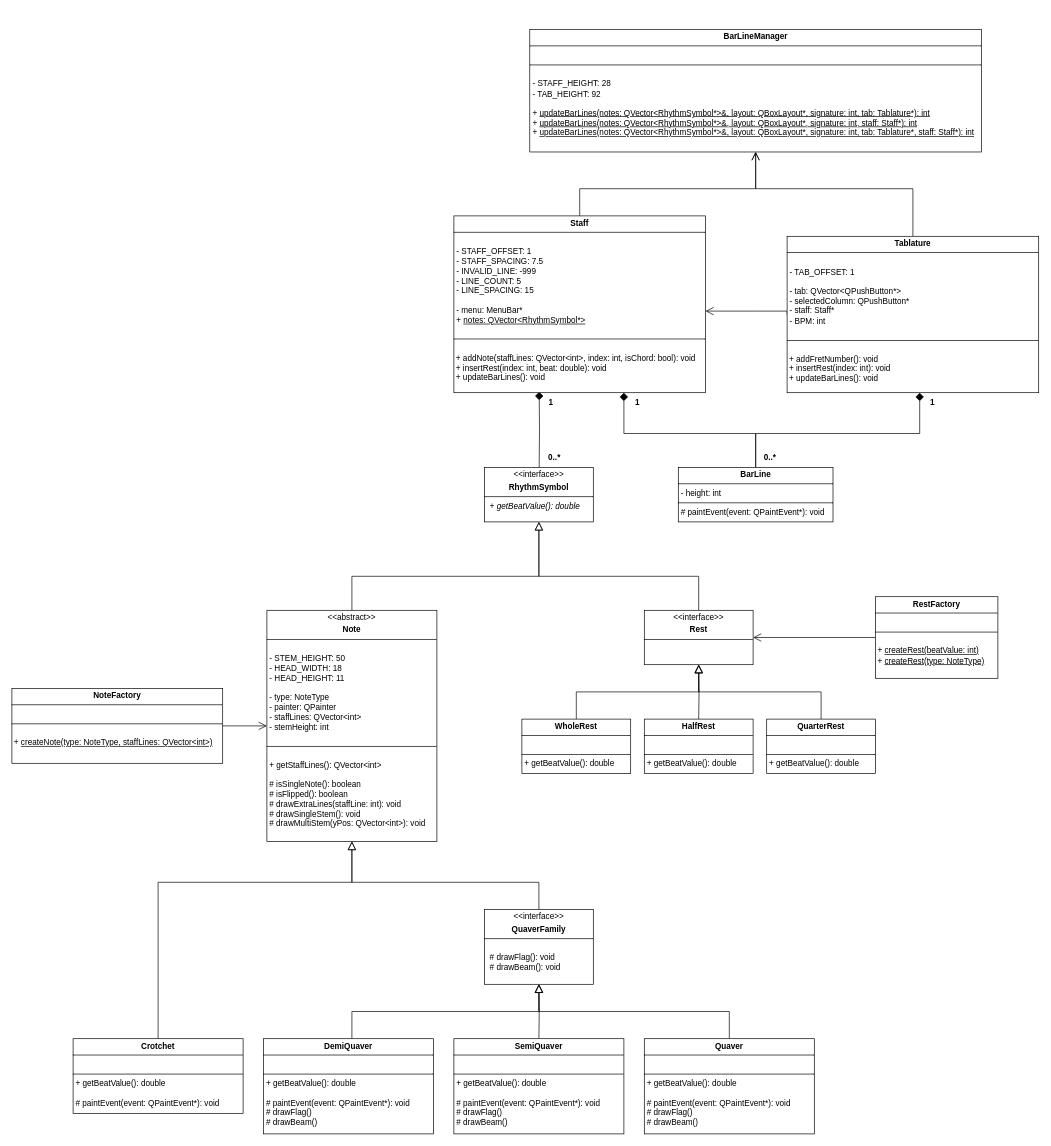
Before: UMLDiagram.drawio in EthanL285/TabPro, a draw.io diagram. Source tidied: cells renumbered, new cells numbered last; positions are measured from the earlier drawing's top-left corner, leaving out a move shared by most shapes. Both pictures are drawn from the tidied source at 68%, with x=0, y=0 at pixel (12, 29).
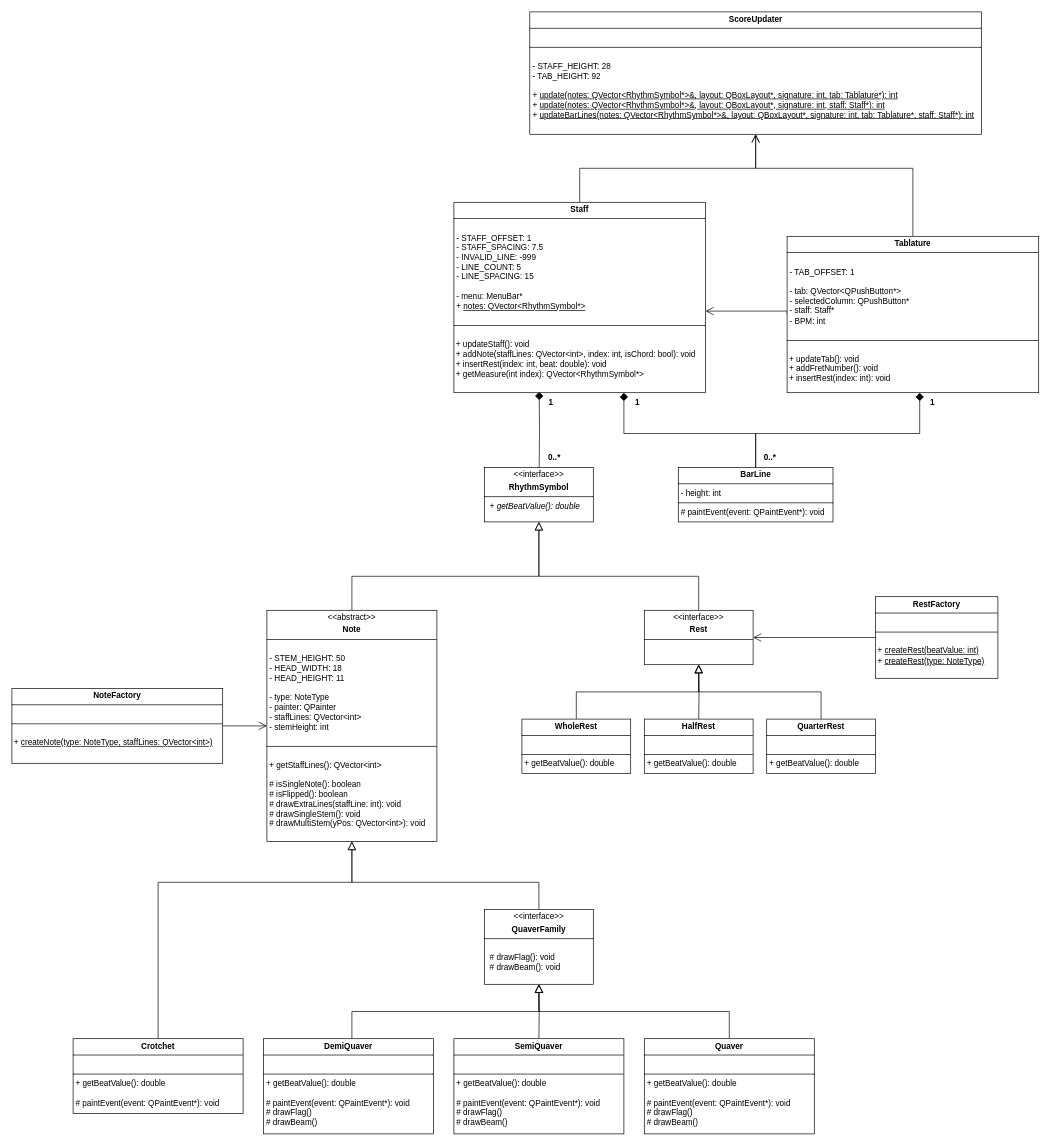
After the change.

Commit message:
Update UMLDiagram - Changed BarLineManager to ScoreUpdater

Diff of the diagram source:
```diff
@@
     <mxCell id="17" style="edgeStyle=orthogonalEdgeStyle;rounded=0;jettySize=auto;html=1;entryX=0.5;entryY=1;entryDx=0;entryDy=0;endArrow=open;endFill=0;endSize=10;" parent="1" edge="1" source="18" target="37">
       <mxGeometry relative="1" as="geometry">
         <Array as="points">
-          <mxPoint x="835" y="234" />
-          <mxPoint x="1094" y="234" />
+          <mxPoint x="835" y="204" />
+          <mxPoint x="1094" y="204" />
         </Array>
       </mxGeometry>
     </mxCell>
-    <mxCell id="18" value="&lt;p style=&quot;margin:0px;margin-top:4px;text-align:center;&quot;&gt;&lt;b style=&quot;background-color: initial;&quot;&gt;Staff&lt;/b&gt;&lt;/p&gt;&lt;hr size=&quot;1&quot; style=&quot;border-style:solid;&quot;&gt;&lt;p style=&quot;margin:0px;margin-left:4px;&quot;&gt;&lt;br&gt;&lt;/p&gt;&lt;p style=&quot;margin: 0px 0px 0px 4px;&quot;&gt;- STAFF_OFFSET: 1&lt;/p&gt;&lt;p style=&quot;margin: 0px 0px 0px 4px;&quot;&gt;- STAFF_SPACING: 7.5&lt;/p&gt;&lt;p style=&quot;margin: 0px 0px 0px 4px;&quot;&gt;&lt;span style=&quot;background-color: initial;&quot;&gt;- INVALID_LINE: -999&lt;/span&gt;&lt;/p&gt;&lt;p style=&quot;margin:0px;margin-left:4px;&quot;&gt;&lt;span style=&quot;background-color: initial;&quot;&gt;- LINE_COUNT: 5&lt;/span&gt;&lt;/p&gt;&lt;p style=&quot;margin:0px;margin-left:4px;&quot;&gt;- LINE_SPACING: 15&lt;/p&gt;&lt;p style=&quot;margin: 0px 0px 0px 4px;&quot;&gt;&lt;br&gt;&lt;/p&gt;&lt;p style=&quot;margin:0px;margin-left:4px;&quot;&gt;&lt;span style=&quot;background-color: initial;&quot;&gt;- menu: MenuBar*&lt;/span&gt;&lt;/p&gt;&lt;p style=&quot;margin:0px;margin-left:4px;&quot;&gt;&lt;span style=&quot;background-color: initial;&quot;&gt;+ &lt;u&gt;notes: QVector&amp;lt;RhythmSymbol*&amp;gt;&lt;/u&gt;&lt;/span&gt;&lt;/p&gt;&lt;p style=&quot;margin:0px;margin-left:4px;&quot;&gt;&lt;br&gt;&lt;/p&gt;&lt;hr size=&quot;1&quot; style=&quot;border-style:solid;&quot;&gt;&lt;br&gt;&lt;div&gt;&amp;nbsp;+ addNote(staffLines: QVector&amp;lt;int&amp;gt;, index: int, isChord: bool): void&lt;/div&gt;&lt;div&gt;&lt;span style=&quot;background-color: initial;&quot;&gt;&amp;nbsp;+ insertRest(index: int, beat: double): void&lt;/span&gt;&lt;/div&gt;&lt;div&gt;&lt;div&gt;&amp;nbsp;+ updateBarLines(): void&lt;/div&gt;&lt;/div&gt;&lt;div&gt;&lt;br&gt;&lt;/div&gt;&lt;div&gt;&lt;br&gt;&lt;/div&gt;&lt;div&gt;&lt;br&gt;&lt;/div&gt;&lt;div&gt;&lt;br&gt;&lt;/div&gt;&lt;div&gt;&lt;br&gt;&lt;br&gt;&lt;/div&gt;" style="verticalAlign=top;align=left;overflow=fill;html=1;whiteSpace=wrap;" parent="1" vertex="1">
-      <mxGeometry x="650" y="274" width="370" height="260" as="geometry" />
+    <mxCell id="18" value="&lt;p style=&quot;margin:0px;margin-top:4px;text-align:center;&quot;&gt;&lt;b style=&quot;background-color: initial;&quot;&gt;Staff&lt;/b&gt;&lt;/p&gt;&lt;hr size=&quot;1&quot; style=&quot;border-style:solid;&quot;&gt;&lt;p style=&quot;margin:0px;margin-left:4px;&quot;&gt;&lt;br&gt;&lt;/p&gt;&lt;p style=&quot;margin: 0px 0px 0px 4px;&quot;&gt;- STAFF_OFFSET: 1&lt;/p&gt;&lt;p style=&quot;margin: 0px 0px 0px 4px;&quot;&gt;- STAFF_SPACING: 7.5&lt;/p&gt;&lt;p style=&quot;margin: 0px 0px 0px 4px;&quot;&gt;&lt;span style=&quot;background-color: initial;&quot;&gt;- INVALID_LINE: -999&lt;/span&gt;&lt;/p&gt;&lt;p style=&quot;margin:0px;margin-left:4px;&quot;&gt;&lt;span style=&quot;background-color: initial;&quot;&gt;- LINE_COUNT: 5&lt;/span&gt;&lt;/p&gt;&lt;p style=&quot;margin:0px;margin-left:4px;&quot;&gt;- LINE_SPACING: 15&lt;/p&gt;&lt;p style=&quot;margin: 0px 0px 0px 4px;&quot;&gt;&lt;br&gt;&lt;/p&gt;&lt;p style=&quot;margin:0px;margin-left:4px;&quot;&gt;&lt;span style=&quot;background-color: initial;&quot;&gt;- menu: MenuBar*&lt;/span&gt;&lt;/p&gt;&lt;p style=&quot;margin:0px;margin-left:4px;&quot;&gt;&lt;span style=&quot;background-color: initial;&quot;&gt;+ &lt;u&gt;notes: QVector&amp;lt;RhythmSymbol*&amp;gt;&lt;/u&gt;&lt;/span&gt;&lt;/p&gt;&lt;p style=&quot;margin:0px;margin-left:4px;&quot;&gt;&lt;br&gt;&lt;/p&gt;&lt;hr size=&quot;1&quot; style=&quot;border-style:solid;&quot;&gt;&lt;br&gt;&lt;div&gt;&amp;nbsp;&lt;span style=&quot;background-color: initial;&quot;&gt;+ updateStaff(): void&lt;/span&gt;&lt;/div&gt;&lt;div&gt;&amp;nbsp;+ addNote(staffLines: QVector&amp;lt;int&amp;gt;, index: int, isChord: bool): void&lt;/div&gt;&lt;div&gt;&lt;span style=&quot;background-color: initial;&quot;&gt;&amp;nbsp;+ insertRest(index: int, beat: double): void&lt;/span&gt;&lt;/div&gt;&lt;div&gt;&amp;nbsp;+ getMeasure(int index): QVector&amp;lt;RhythmSymbol*&amp;gt;&lt;/div&gt;&lt;div&gt;&lt;br&gt;&lt;/div&gt;&lt;div&gt;&lt;div&gt;&lt;br&gt;&lt;/div&gt;&lt;/div&gt;&lt;div&gt;&lt;br&gt;&lt;/div&gt;&lt;div&gt;&lt;br&gt;&lt;/div&gt;&lt;div&gt;&lt;br&gt;&lt;/div&gt;&lt;div&gt;&lt;br&gt;&lt;br&gt;&lt;/div&gt;" style="verticalAlign=top;align=left;overflow=fill;html=1;whiteSpace=wrap;" parent="1" vertex="1">
+      <mxGeometry x="650" y="254" width="370" height="280" as="geometry" />
     </mxCell>
@@
     <mxCell id="32" style="edgeStyle=orthogonalEdgeStyle;rounded=0;jettySize=auto;html=1;entryX=0.5;entryY=1;entryDx=0;entryDy=0;endArrow=open;endFill=0;endSize=10;" parent="1" edge="1" source="33" target="37">
       <mxGeometry relative="1" as="geometry">
         <Array as="points">
-          <mxPoint x="1325" y="234" />
-          <mxPoint x="1094" y="234" />
+          <mxPoint x="1325" y="204" />
+          <mxPoint x="1094" y="204" />
         </Array>
       </mxGeometry>
     </mxCell>
-    <mxCell id="33" value="&lt;p style=&quot;margin:0px;margin-top:4px;text-align:center;&quot;&gt;&lt;b&gt;Tablature&lt;/b&gt;&lt;/p&gt;&lt;hr size=&quot;1&quot; style=&quot;border-style:solid;&quot;&gt;&lt;p style=&quot;margin:0px;margin-left:4px;&quot;&gt;&lt;br&gt;&lt;/p&gt;&lt;p style=&quot;margin:0px;margin-left:4px;&quot;&gt;- TAB_OFFSET: 1&lt;/p&gt;&lt;p style=&quot;margin:0px;margin-left:4px;&quot;&gt;&lt;br&gt;&lt;/p&gt;&lt;p style=&quot;margin:0px;margin-left:4px;&quot;&gt;- tab: QVector&amp;lt;QPushButton*&amp;gt;&lt;/p&gt;&lt;p style=&quot;margin:0px;margin-left:4px;&quot;&gt;- selectedColumn: QPushButton*&lt;/p&gt;&lt;p style=&quot;margin:0px;margin-left:4px;&quot;&gt;- staff: Staff*&lt;/p&gt;&lt;p style=&quot;margin:0px;margin-left:4px;&quot;&gt;- BPM: int&lt;/p&gt;&lt;p style=&quot;margin:0px;margin-left:4px;&quot;&gt;&lt;br&gt;&lt;/p&gt;&lt;hr size=&quot;1&quot; style=&quot;border-style:solid;&quot;&gt;&lt;br&gt;&lt;div&gt;&amp;nbsp;+ addFretNumber(): void&lt;/div&gt;&lt;div&gt;&amp;nbsp;+ insertRest(index: int): void&lt;/div&gt;&lt;div&gt;&amp;nbsp;+ updateBarLines(): void&lt;/div&gt;&lt;div&gt;&lt;br&gt;&lt;/div&gt;" style="verticalAlign=top;align=left;overflow=fill;html=1;whiteSpace=wrap;" parent="1" vertex="1">
+    <mxCell id="33" value="&lt;p style=&quot;margin:0px;margin-top:4px;text-align:center;&quot;&gt;&lt;b&gt;Tablature&lt;/b&gt;&lt;/p&gt;&lt;hr size=&quot;1&quot; style=&quot;border-style:solid;&quot;&gt;&lt;p style=&quot;margin:0px;margin-left:4px;&quot;&gt;&lt;br&gt;&lt;/p&gt;&lt;p style=&quot;margin:0px;margin-left:4px;&quot;&gt;- TAB_OFFSET: 1&lt;/p&gt;&lt;p style=&quot;margin:0px;margin-left:4px;&quot;&gt;&lt;br&gt;&lt;/p&gt;&lt;p style=&quot;margin:0px;margin-left:4px;&quot;&gt;- tab: QVector&amp;lt;QPushButton*&amp;gt;&lt;/p&gt;&lt;p style=&quot;margin:0px;margin-left:4px;&quot;&gt;- selectedColumn: QPushButton*&lt;/p&gt;&lt;p style=&quot;margin:0px;margin-left:4px;&quot;&gt;- staff: Staff*&lt;/p&gt;&lt;p style=&quot;margin:0px;margin-left:4px;&quot;&gt;- BPM: int&lt;/p&gt;&lt;p style=&quot;margin:0px;margin-left:4px;&quot;&gt;&lt;br&gt;&lt;/p&gt;&lt;hr size=&quot;1&quot; style=&quot;border-style:solid;&quot;&gt;&lt;br&gt;&lt;div&gt;&amp;nbsp;&lt;span style=&quot;background-color: initial;&quot;&gt;+ updateTab(): void&lt;/span&gt;&lt;/div&gt;&lt;div&gt;&amp;nbsp;+ addFretNumber(): void&lt;/div&gt;&lt;div&gt;&amp;nbsp;+ insertRest(index: int): void&lt;/div&gt;" style="verticalAlign=top;align=left;overflow=fill;html=1;whiteSpace=wrap;" parent="1" vertex="1">
       <mxGeometry x="1140" y="304" width="370" height="230" as="geometry" />
     </mxCell>
@@
-    <mxCell id="37" value="&lt;p style=&quot;margin:0px;margin-top:4px;text-align:center;&quot;&gt;&lt;b&gt;BarLineManager&lt;/b&gt;&lt;/p&gt;&lt;hr size=&quot;1&quot; style=&quot;border-style:solid;&quot;&gt;&lt;p style=&quot;margin:0px;margin-left:4px;&quot;&gt;&lt;br&gt;&lt;/p&gt;&lt;hr size=&quot;1&quot; style=&quot;border-style:solid;&quot;&gt;&lt;p style=&quot;margin: 0px 0px 0px 4px;&quot;&gt;&lt;br&gt;&lt;/p&gt;&lt;p style=&quot;margin: 0px 0px 0px 4px;&quot;&gt;- STAFF_HEIGHT: 28&lt;/p&gt;&lt;p style=&quot;margin: 0px 0px 0px 4px;&quot;&gt;- TAB_HEIGHT: 92&lt;/p&gt;&lt;p style=&quot;margin: 0px 0px 0px 4px;&quot;&gt;&lt;br&gt;&lt;/p&gt;&lt;p style=&quot;margin: 0px 0px 0px 4px;&quot;&gt;+&amp;nbsp;&lt;u&gt;updateBarLines(notes: QVector&amp;lt;RhythmSymbol*&amp;gt;&amp;amp;, layout: QBoxLayout*, signature: int, tab: Tablature*): int&lt;/u&gt;&lt;/p&gt;&lt;p style=&quot;margin: 0px 0px 0px 4px;&quot;&gt;+&amp;nbsp;&lt;u&gt;updateBarLines(notes: QVector&amp;lt;RhythmSymbol*&amp;gt;&amp;amp;, layout: QBoxLayout*, signature: int, staff: Staff*): int&lt;/u&gt;&lt;/p&gt;&lt;p style=&quot;margin: 0px 0px 0px 4px;&quot;&gt;+ &lt;u&gt;updateBarLines(notes: QVector&amp;lt;RhythmSymbol*&amp;gt;&amp;amp;, layout: QBoxLayout*, signature: int, tab: Tablature*, staff: Staff*): int&lt;/u&gt;&lt;/p&gt;&lt;p style=&quot;margin: 0px 0px 0px 4px;&quot;&gt;&lt;br&gt;&lt;/p&gt;" style="verticalAlign=top;align=left;overflow=fill;html=1;whiteSpace=wrap;" parent="1" vertex="1">
-      <mxGeometry x="761.6" width="664.3" height="180" as="geometry" />
+    <mxCell id="37" value="&lt;p style=&quot;margin:0px;margin-top:4px;text-align:center;&quot;&gt;&lt;b&gt;ScoreUpdater&lt;/b&gt;&lt;/p&gt;&lt;hr size=&quot;1&quot; style=&quot;border-style:solid;&quot;&gt;&lt;p style=&quot;margin:0px;margin-left:4px;&quot;&gt;&lt;br&gt;&lt;/p&gt;&lt;hr size=&quot;1&quot; style=&quot;border-style:solid;&quot;&gt;&lt;p style=&quot;margin: 0px 0px 0px 4px;&quot;&gt;&lt;br&gt;&lt;/p&gt;&lt;p style=&quot;margin: 0px 0px 0px 4px;&quot;&gt;- STAFF_HEIGHT: 28&lt;/p&gt;&lt;p style=&quot;margin: 0px 0px 0px 4px;&quot;&gt;- TAB_HEIGHT: 92&lt;/p&gt;&lt;p style=&quot;margin: 0px 0px 0px 4px;&quot;&gt;&lt;br&gt;&lt;/p&gt;&lt;p style=&quot;margin: 0px 0px 0px 4px;&quot;&gt;+&amp;nbsp;&lt;u&gt;update(notes: QVector&amp;lt;RhythmSymbol*&amp;gt;&amp;amp;, layout: QBoxLayout*, signature: int, tab: Tablature*): int&lt;/u&gt;&lt;/p&gt;&lt;p style=&quot;margin: 0px 0px 0px 4px;&quot;&gt;+&amp;nbsp;&lt;u&gt;update(notes: QVector&amp;lt;RhythmSymbol*&amp;gt;&amp;amp;, layout: QBoxLayout*, signature: int, staff: Staff*): int&lt;/u&gt;&lt;/p&gt;&lt;p style=&quot;margin: 0px 0px 0px 4px;&quot;&gt;+ &lt;u&gt;updateBarLines(notes: QVector&amp;lt;RhythmSymbol*&amp;gt;&amp;amp;, layout: QBoxLayout*, signature: int, tab: Tablature*, staff: Staff*): int&lt;/u&gt;&lt;/p&gt;&lt;p style=&quot;margin: 0px 0px 0px 4px;&quot;&gt;&lt;br&gt;&lt;/p&gt;" style="verticalAlign=top;align=left;overflow=fill;html=1;whiteSpace=wrap;" parent="1" vertex="1">
+      <mxGeometry x="761.6" y="-26" width="664.3" height="180" as="geometry" />
     </mxCell>
```
